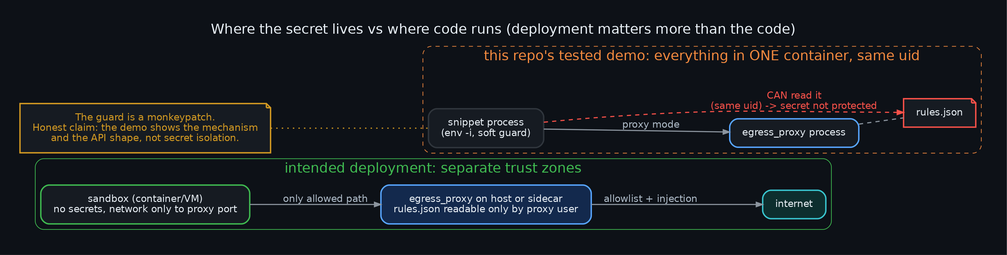
This is diagrams/11_isolation_boundary.png from danindiana/nim-compute-sandbox-tui, a Graphviz export, as it was before one commit. Its source is kept beside it as diagrams/11_isolation_boundary.dot. The source it was exported from:
```dot
digraph iso {
 graph [bgcolor="#0d1117", fontname="Helvetica", fontcolor="#e6edf3", labelloc="t", fontsize=20, pad=0.4];
 node [fontname="Helvetica", fontcolor="#e6edf3", color="#30363d", style="filled,rounded", shape=box, penwidth=2, margin="0.25,0.18", fillcolor="#161b22"];
 edge [color="#8b949e", fontname="Helvetica", fontcolor="#adbac7", penwidth=1.6, arrowsize=0.9]; rankdir=LR; label="Where the secret lives vs where code runs (deployment matters more than the code)";
 subgraph cluster_good { label="intended deployment: separate trust zones"; style=rounded; color="#3fb950"; fontcolor="#3fb950";
  sb1 [label="sandbox (container/VM)\nno secrets, network only to proxy port", color="#3fb950"]; px1 [label="egress_proxy on host or sidecar\nrules.json readable only by proxy user", color="#58a6ff", fillcolor="#13294d"]; net1 [label="internet", color="#39c5cf", fillcolor="#0d2e2e"];
  sb1->px1 [label="only allowed path"]; px1->net1 [label="allowlist + injection"]; }
 subgraph cluster_demo { label="this repo's tested demo: everything in ONE container, same uid"; style="rounded,dashed"; color="#f0883e"; fontcolor="#f0883e";
  sb2 [label="snippet process\n(env -i, soft guard)"]; px2 [label="egress_proxy process", color="#58a6ff"]; file2 [label="rules.json", color="#f85149", shape=note];
  sb2->px2 [label="proxy mode"]; px2->file2 [style=dashed, dir=none]; sb2->file2 [label="CAN read it\n(same uid) -> secret not protected", color="#f85149", style=dashed, fontcolor="#f85149"]; }
 note [shape=note, color="#d29922", fontcolor="#d29922", label="The guard is a monkeypatch.\nHonest claim: the demo shows the mechanism\nand the API shape, not secret isolation."];
 note->sb2 [style=dotted, arrowhead=none, color="#d29922"];
}
```
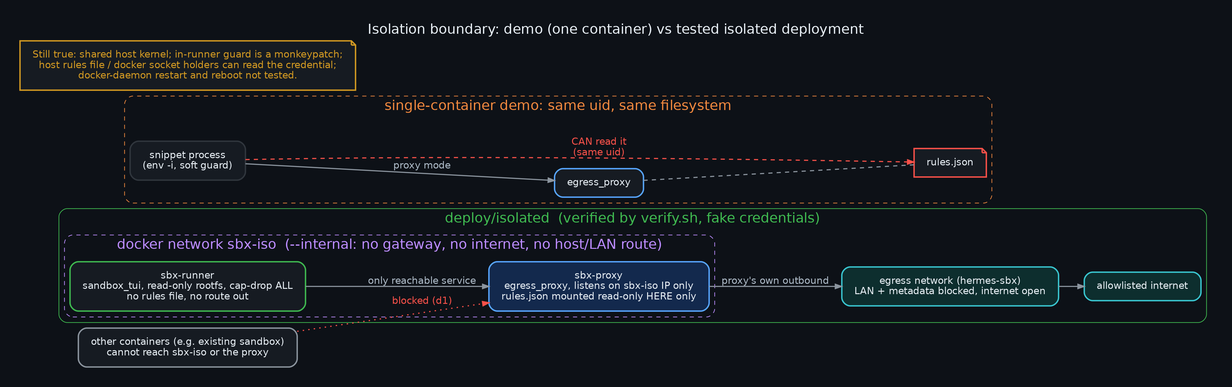
After the change.

Change to the diagram source:
```diff
@@ -1,13 +1,16 @@
 digraph iso {
  graph [bgcolor="#0d1117", fontname="Helvetica", fontcolor="#e6edf3", labelloc="t", fontsize=20, pad=0.4];
  node [fontname="Helvetica", fontcolor="#e6edf3", color="#30363d", style="filled,rounded", shape=box, penwidth=2, margin="0.25,0.18", fillcolor="#161b22"];
- edge [color="#8b949e", fontname="Helvetica", fontcolor="#adbac7", penwidth=1.6, arrowsize=0.9]; rankdir=LR; label="Where the secret lives vs where code runs (deployment matters more than the code)";
- subgraph cluster_good { label="intended deployment: separate trust zones"; style=rounded; color="#3fb950"; fontcolor="#3fb950";
-  sb1 [label="sandbox (container/VM)\nno secrets, network only to proxy port", color="#3fb950"]; px1 [label="egress_proxy on host or sidecar\nrules.json readable only by proxy user", color="#58a6ff", fillcolor="#13294d"]; net1 [label="internet", color="#39c5cf", fillcolor="#0d2e2e"];
-  sb1->px1 [label="only allowed path"]; px1->net1 [label="allowlist + injection"]; }
- subgraph cluster_demo { label="this repo's tested demo: everything in ONE container, same uid"; style="rounded,dashed"; color="#f0883e"; fontcolor="#f0883e";
-  sb2 [label="snippet process\n(env -i, soft guard)"]; px2 [label="egress_proxy process", color="#58a6ff"]; file2 [label="rules.json", color="#f85149", shape=note];
-  sb2->px2 [label="proxy mode"]; px2->file2 [style=dashed, dir=none]; sb2->file2 [label="CAN read it\n(same uid) -> secret not protected", color="#f85149", style=dashed, fontcolor="#f85149"]; }
- note [shape=note, color="#d29922", fontcolor="#d29922", label="The guard is a monkeypatch.\nHonest claim: the demo shows the mechanism\nand the API shape, not secret isolation."];
- note->sb2 [style=dotted, arrowhead=none, color="#d29922"];
+ edge [color="#8b949e", fontname="Helvetica", fontcolor="#adbac7", penwidth=1.6, arrowsize=0.9]; rankdir=LR; label="Isolation boundary: demo (one container) vs tested isolated deployment";
+ subgraph cluster_good { label="deploy/isolated  (verified by verify.sh, fake credentials)"; style=rounded; color="#3fb950"; fontcolor="#3fb950";
+  subgraph cluster_int { label="docker network sbx-iso  (--internal: no gateway, no internet, no host/LAN route)"; style="rounded,dashed"; color="#bc8cff"; fontcolor="#bc8cff";
+   run [label="sbx-runner\nsandbox_tui, read-only rootfs, cap-drop ALL\nno rules file, no route out", color="#3fb950"];
+   px [label="sbx-proxy\negress_proxy, listens on sbx-iso IP only\nrules.json mounted read-only HERE only", color="#58a6ff", fillcolor="#13294d"]; }
+  eg [label="egress network (hermes-sbx)\nLAN + metadata blocked, internet open", color="#39c5cf", fillcolor="#0d2e2e"]; net [label="allowlisted internet", color="#39c5cf", fillcolor="#0d2e2e"];
+  run->px [label="only reachable service"]; px->eg [label="proxy's own outbound"]; eg->net; }
+ subgraph cluster_demo { label="single-container demo: same uid, same filesystem"; style="rounded,dashed"; color="#f0883e"; fontcolor="#f0883e";
+  sb2 [label="snippet process\n(env -i, soft guard)"]; px2 [label="egress_proxy", color="#58a6ff"]; file2 [label="rules.json", color="#f85149", shape=note];
+  sb2->px2 [label="proxy mode"]; sb2->file2 [label="CAN read it\n(same uid)", color="#f85149", style=dashed, fontcolor="#f85149"]; px2->file2 [style=dashed, dir=none]; }
+ other [label="other containers (e.g. existing sandbox)\ncannot reach sbx-iso or the proxy", color="#8b949e"]; other->px [style=dotted, label="blocked (d1)", color="#f85149", fontcolor="#f85149"];
+ left [shape=note, color="#d29922", fontcolor="#d29922", label="Still true: shared host kernel; in-runner guard is a monkeypatch;\nhost rules file / docker socket holders can read the credential;\ndocker-daemon restart and reboot not tested."];
 }
```
